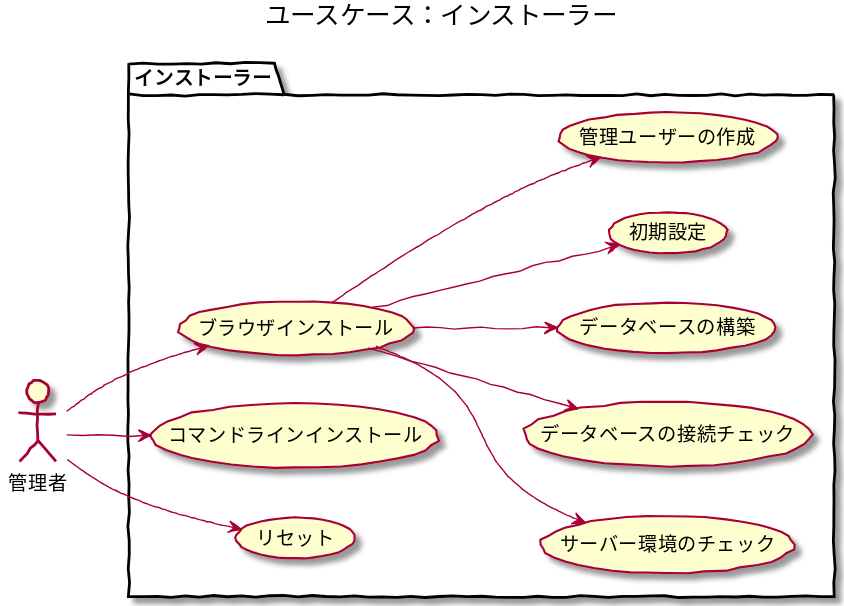
The PlantUML diagram 5/ucmitz/svg/use_case/installer.svg in baserproject/baserproject.github.io, before a commit. Its source is kept beside it as src/puml/5/ucmitz/svg/use_case/installer.puml.
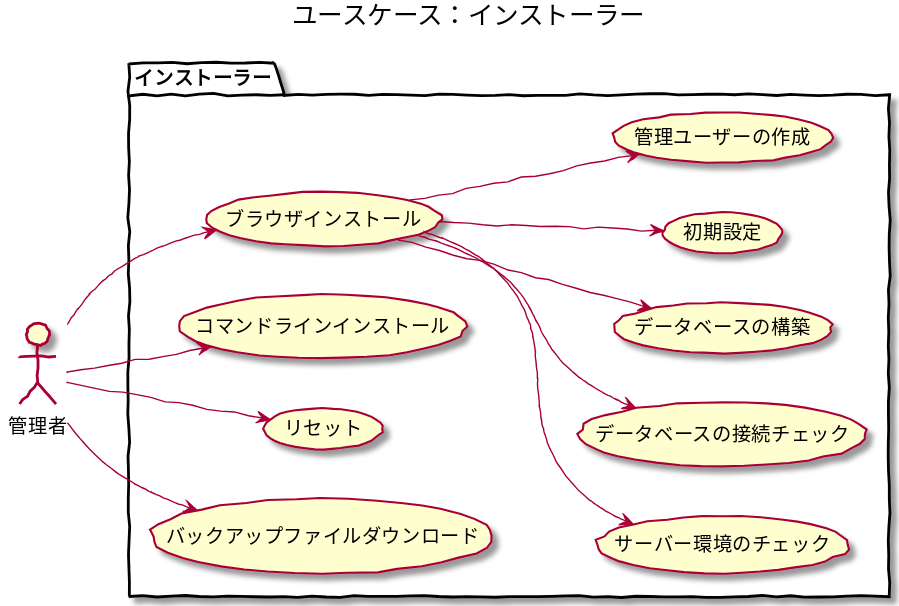
Later version of the same file.

Change to the diagram source:
```diff
@@ -17,6 +17,7 @@
 	(ブラウザインストール) -down-> (初期設定)
 	(ブラウザインストール) -down-> (管理ユーザーの作成)
 	管理者 -down-> (リセット)
+	管理者 -down-> (バックアップファイルダウンロード)
 }
 
 @enduml
```
